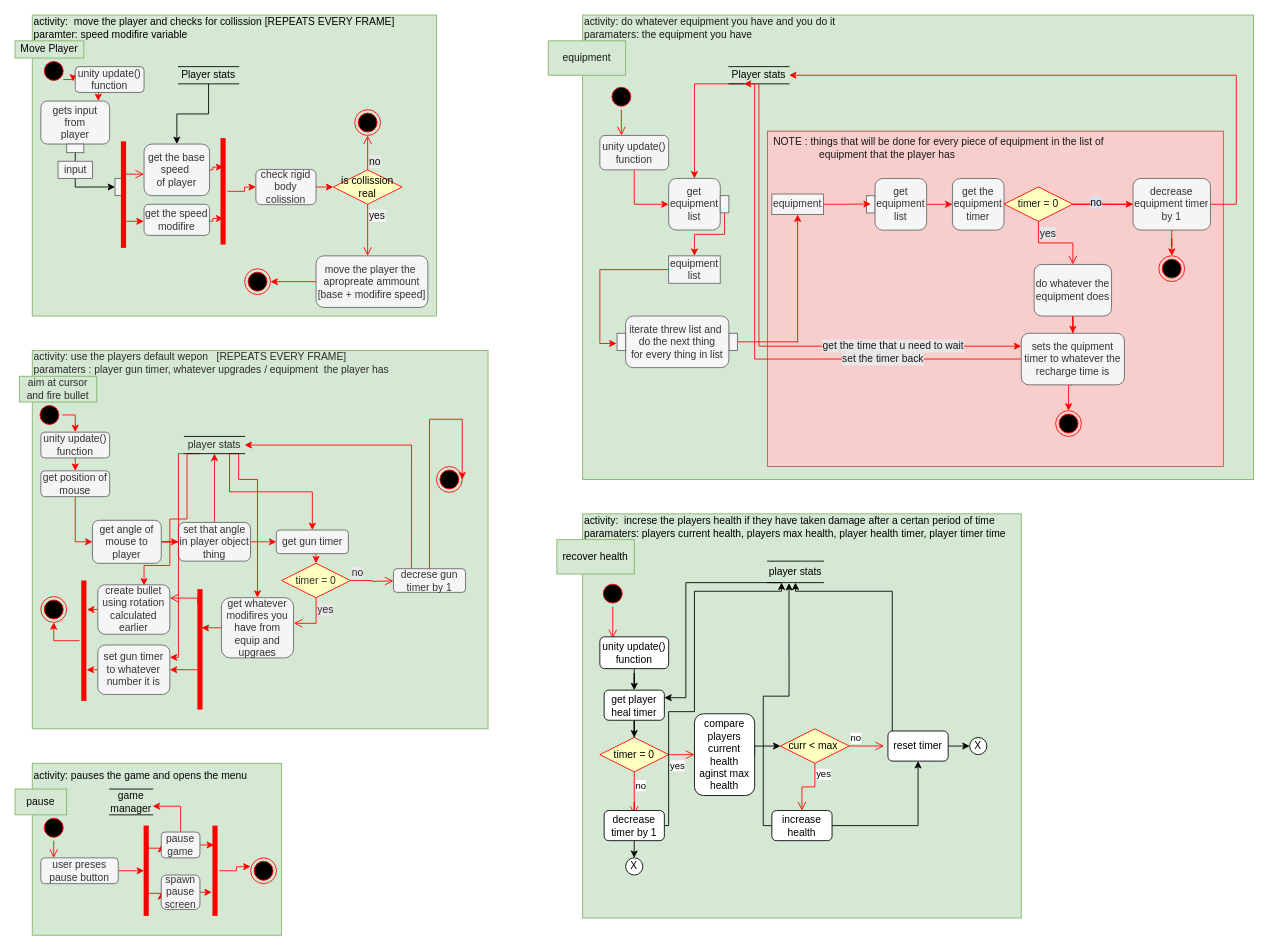
Earlier version of the draw.io diagram page "Player" (2 of 4) of Documentation files/activity diagram.drawio (Ulibomber1/Middlespace-Survivor). Source tidied: cells renumbered, new cells numbered last; positions are measured from the earlier drawing's top-left corner, leaving out a move shared by most shapes. Both pictures are drawn from the tidied source at 86%, with x=0, y=0 at pixel (15, 15).
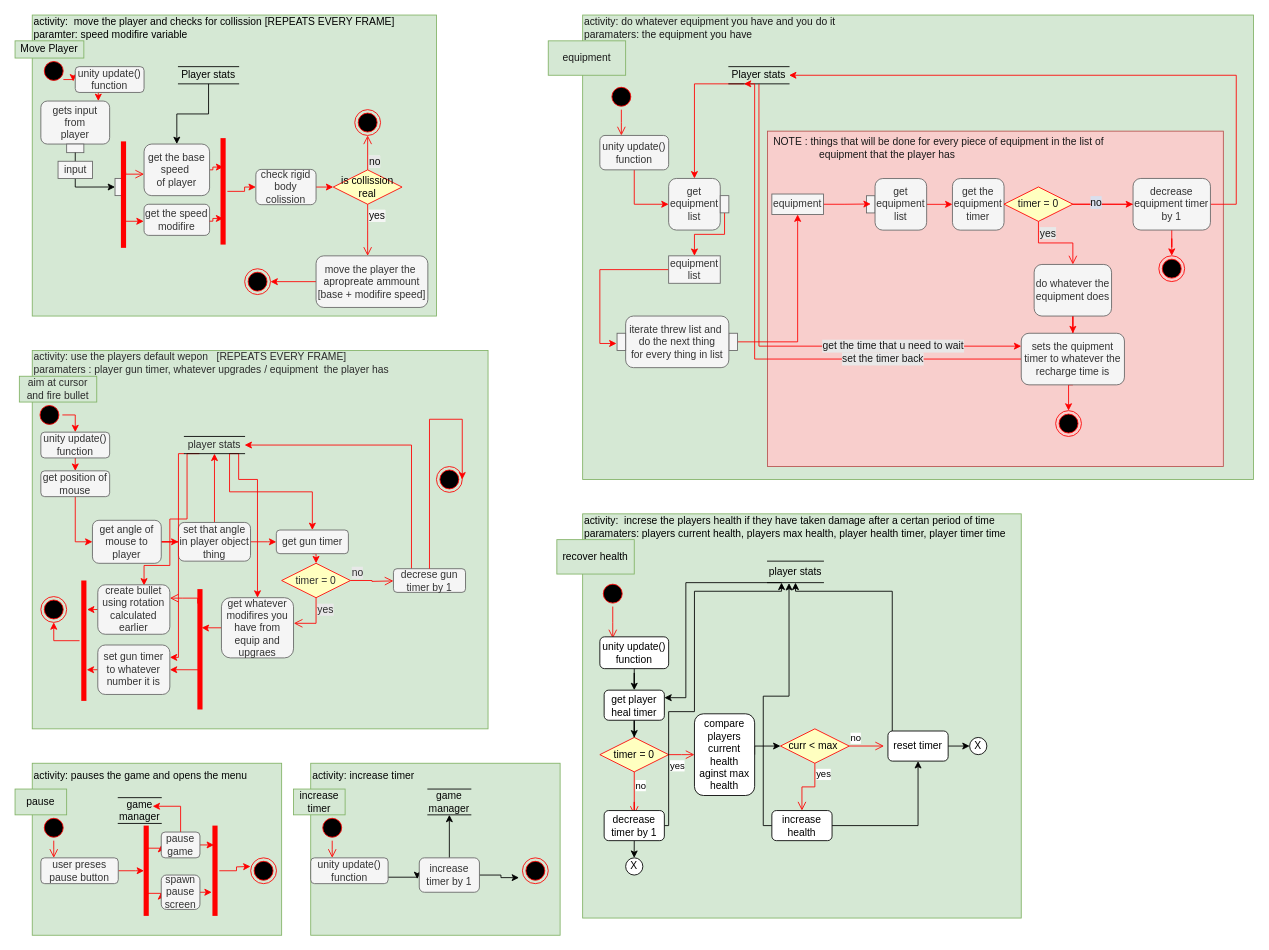
After the change.

Change to the diagram source:
```diff
@@
     <mxCell id="72" value="activity: pauses the game and opens the menu" style="text;html=1;strokeColor=none;fillColor=none;align=left;verticalAlign=middle;whiteSpace=wrap;rounded=0;fontSize=12;fontColor=#050505;" parent="1" vertex="1">
-      <mxGeometry x="20" y="870" width="380" height="30" as="geometry" />
+      <mxGeometry x="20" y="870" width="290" height="30" as="geometry" />
     </mxCell>
@@
-    <mxCell id="77" value="game manager" style="shape=partialRectangle;whiteSpace=wrap;html=1;left=0;right=0;fillColor=none;strokeColor=#000000;fontSize=12;fontColor=#050505;" parent="1" vertex="1">
-      <mxGeometry x="110" y="900" width="50" height="30" as="geometry" />
-    </mxCell>
@@
+    <mxCell id="167" style="rounded=0;whiteSpace=wrap;html=1;strokeColor=#82b366;fontSize=12;fillColor=#d5e8d4;" parent="1" vertex="1">
+      <mxGeometry x="343.8" y="870" width="290" height="200" as="geometry" />
+    </mxCell>
+    <mxCell id="168" value="&lt;font color=&quot;#050505&quot;&gt;increase timer&lt;/font&gt;" style="rounded=0;whiteSpace=wrap;html=1;strokeColor=#82b366;fontSize=12;fillColor=#d5e8d4;" parent="1" vertex="1">
+      <mxGeometry x="323.8" y="900" width="60" height="30" as="geometry" />
+    </mxCell>
+    <mxCell id="169" value="activity: increase timer" style="text;html=1;strokeColor=none;fillColor=none;align=left;verticalAlign=middle;whiteSpace=wrap;rounded=0;fontSize=12;fontColor=#050505;" parent="1" vertex="1">
+      <mxGeometry x="343.8" y="869.5" width="296.2" height="30" as="geometry" />
+    </mxCell>
+    <mxCell id="170" style="ellipse;html=1;shape=startState;fillColor=#000000;strokeColor=#ff0000;fontSize=12;fontColor=#050505;" parent="1" vertex="1">
+      <mxGeometry x="353.8" y="930" width="30" height="30" as="geometry" />
+    </mxCell>
+    <mxCell id="171" style="edgeStyle=orthogonalEdgeStyle;html=1;verticalAlign=bottom;endArrow=open;endSize=8;strokeColor=#ff0000;rounded=0;labelBackgroundColor=#E8E8E8;fontSize=12;fontColor=#050505;" parent="1" edge="1" source="170">
+      <mxGeometry relative="1" as="geometry">
+        <mxPoint x="368.8" y="980" as="targetPoint" />
+      </mxGeometry>
+    </mxCell>
+    <mxCell id="172" style="edgeStyle=orthogonalEdgeStyle;rounded=0;jettySize=auto;html=1;exitX=1;exitY=0.75;exitDx=0;exitDy=0;entryX=-0.033;entryY=0.617;entryDx=0;entryDy=0;entryPerimeter=0;" parent="1" edge="1" source="173" target="176">
+      <mxGeometry relative="1" as="geometry" />
+    </mxCell>
+    <mxCell id="173" value="unity update()&lt;br&gt;function" style="rounded=1;whiteSpace=wrap;html=1;strokeColor=#666666;fontSize=12;fillColor=#f5f5f5;fontColor=#333333;" parent="1" vertex="1">
+      <mxGeometry x="343.8" y="980" width="90" height="30" as="geometry" />
+    </mxCell>
+    <mxCell id="174" style="edgeStyle=orthogonalEdgeStyle;rounded=0;jettySize=auto;html=1;entryX=0.5;entryY=1;entryDx=0;entryDy=0;" parent="1" edge="1" source="176" target="77">
+      <mxGeometry relative="1" as="geometry" />
+    </mxCell>
+    <mxCell id="175" style="edgeStyle=orthogonalEdgeStyle;rounded=0;jettySize=auto;html=1;exitX=1;exitY=0.5;exitDx=0;exitDy=0;entryX=-0.133;entryY=0.767;entryDx=0;entryDy=0;entryPerimeter=0;" parent="1" edge="1" source="176" target="178">
+      <mxGeometry relative="1" as="geometry" />
+    </mxCell>
+    <mxCell id="176" value="increase timer by 1" style="whiteSpace=wrap;html=1;fillColor=#f5f5f5;strokeColor=#666666;fontColor=#333333;rounded=1;" parent="1" vertex="1">
+      <mxGeometry x="470" y="980" width="70" height="40" as="geometry" />
+    </mxCell>
+    <mxCell id="177" value="game manager" style="shape=partialRectangle;whiteSpace=wrap;html=1;left=0;right=0;fillColor=none;strokeColor=#000000;fontSize=12;fontColor=#050505;" parent="1" vertex="1">
+      <mxGeometry x="120" y="910" width="50" height="30" as="geometry" />
+    </mxCell>
+    <mxCell id="77" value="game manager" style="shape=partialRectangle;whiteSpace=wrap;html=1;left=0;right=0;fillColor=none;strokeColor=#000000;fontSize=12;fontColor=#050505;" parent="1" vertex="1">
+      <mxGeometry x="480" y="900" width="50" height="30" as="geometry" />
+    </mxCell>
+    <mxCell id="178" style="ellipse;html=1;shape=endState;fillColor=#000000;strokeColor=#ff0000;fontSize=12;fontColor=#191919;" parent="1" vertex="1">
+      <mxGeometry x="590" y="980" width="30" height="30" as="geometry" />
+    </mxCell>
```
